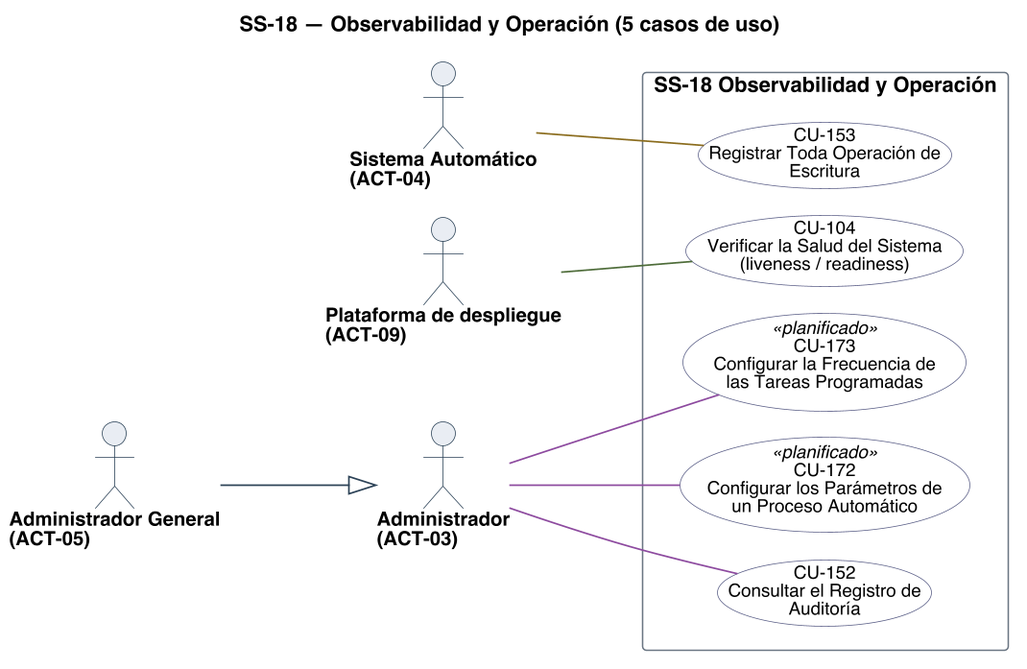
The PlantUML diagram diagramas/uml/CU_SS-18_Observabilidad-Y-Operacion.png in Nahuelito-Dev/splg-docs, before a commit.
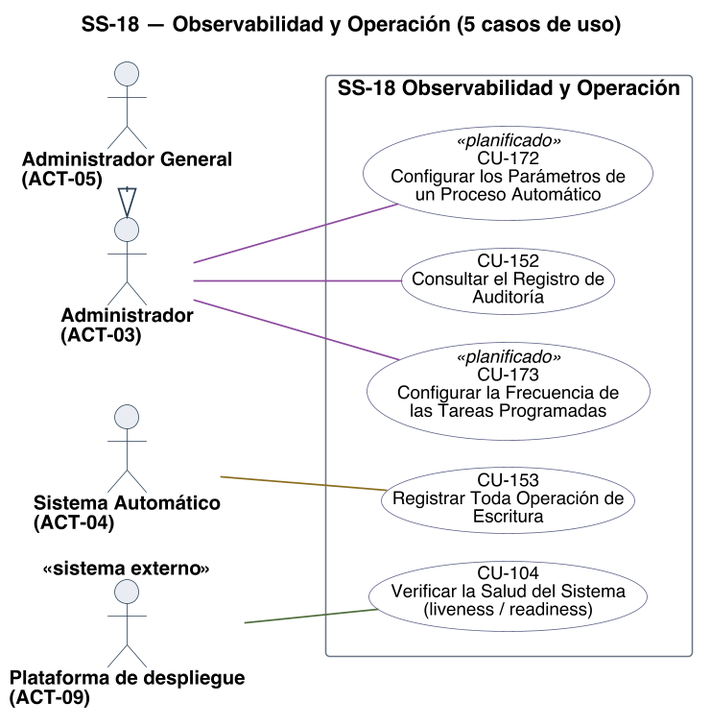
The same diagram one commit later.

Diff of the diagram source:
```diff
@@ -37,7 +37,7 @@
 actor "Administrador\n(ACT-03)" as A03
 actor "Sistema Automático\n(ACT-04)" as A04
 actor "Administrador General\n(ACT-05)" as A05
-actor "Plataforma de despliegue\n(ACT-09)" as A09
+actor "Plataforma de despliegue\n(ACT-09)" as A09 <<sistema externo>>
 
 rectangle "SS-18 Observabilidad y Operación" {
   usecase "CU-104\nVerificar la Salud del Sistema\n(liveness / readiness)" as U104 #back:FFFFFF;line:5B5F87
@@ -52,6 +52,6 @@
 A03 -[#8C4A9E]- U173
 A04 -[#8A6D1F]- U153
 A09 -[#4F6D3A]- U104
-A05 --|> A03
+A05 -right-|> A03
 
 @enduml
```
